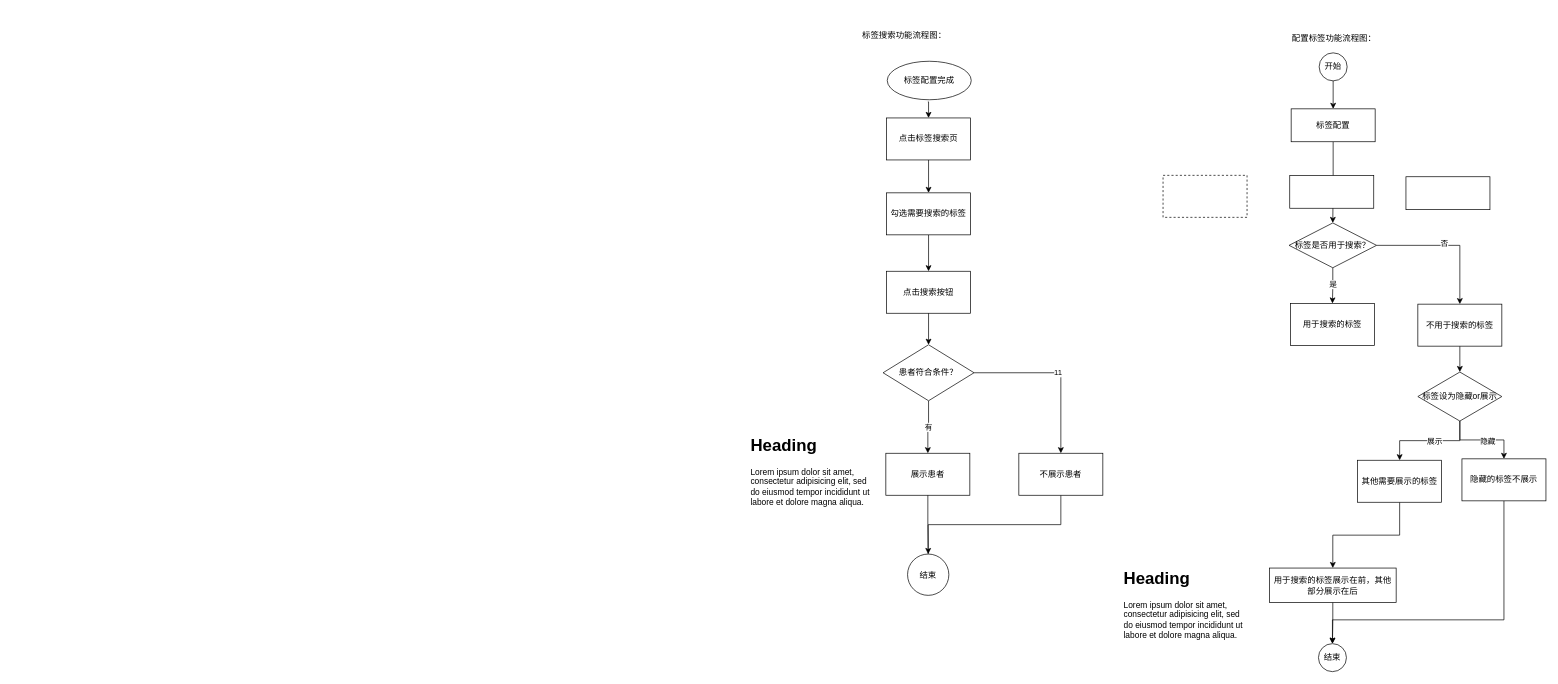
This is 未命名绘图.drawio from ElsaTravel/hello-world, a draw.io file, before an edit. Source tidied: cells renumbered, new cells numbered last; positions are measured from the earlier drawing's top-left corner, leaving out a move shared by most shapes. Both pictures are drawn from the tidied source at 70%, with x=0, y=0 at pixel (747, 28).
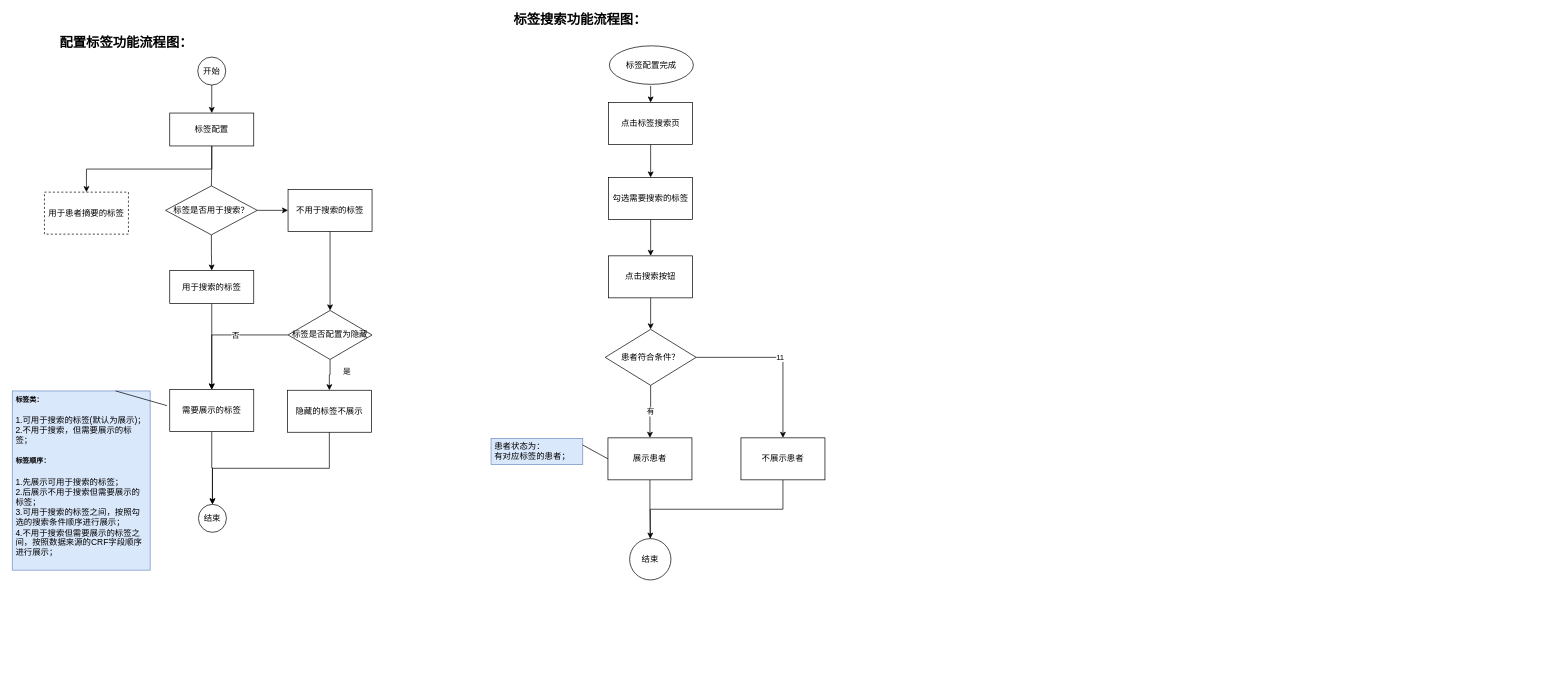
The same page after the edit.

Commit message:
更新未命名绘图.drawio

The change refers to these unchanged cells:
```xml
<mxCell id="24" style="edgeStyle=orthogonalEdgeStyle;rounded=0;jettySize=auto;html=1;entryX=0.5;entryY=0;entryDx=0;entryDy=0;" parent="1" edge="1" source="28" target="30">
  <mxGeometry relative="1" as="geometry" />
</mxCell>
<mxCell id="26" style="edgeStyle=orthogonalEdgeStyle;rounded=0;jettySize=auto;html=1;entryX=0.5;entryY=0;entryDx=0;entryDy=0;" parent="1" edge="1" source="28" target="32">
  <mxGeometry relative="1" as="geometry" />
</mxCell>
```

What changed in the source:
```diff
@@
     <mxCell id="3" value="点击标签搜索页" style="rounded=0;whiteSpace=wrap;html=1;" parent="1" vertex="1">
-      <mxGeometry x="199" y="128" width="120" height="60" as="geometry" />
+      <mxGeometry x="-198" y="106" width="120" height="60" as="geometry" />
     </mxCell>
     <mxCell id="4" style="edgeStyle=orthogonalEdgeStyle;rounded=0;jettySize=auto;html=1;exitX=0.5;exitY=1;exitDx=0;exitDy=0;entryX=0.5;entryY=0;entryDx=0;entryDy=0;" parent="1" edge="1" target="3">
       <mxGeometry relative="1" as="geometry">
-        <mxPoint x="258" y="105" as="sourcePoint" />
+        <mxPoint x="-139" y="83" as="sourcePoint" />
       </mxGeometry>
     </mxCell>
@@
     <mxCell id="6" value="勾选需要搜索的标签" style="rounded=0;whiteSpace=wrap;html=1;" parent="1" vertex="1">
-      <mxGeometry x="199" y="235" width="120" height="60" as="geometry" />
+      <mxGeometry x="-198" y="213" width="120" height="60" as="geometry" />
     </mxCell>
     <mxCell id="7" value="点击搜索按钮" style="rounded=0;whiteSpace=wrap;html=1;" parent="1" vertex="1">
-      <mxGeometry x="199" y="347" width="120" height="60" as="geometry" />
+      <mxGeometry x="-198" y="325" width="120" height="60" as="geometry" />
     </mxCell>
@@
     <mxCell id="11" value="患者符合条件？" style="rhombus;whiteSpace=wrap;html=1;" parent="1" vertex="1">
-      <mxGeometry x="194" y="452" width="130" height="80" as="geometry" />
+      <mxGeometry x="-203" y="430" width="130" height="80" as="geometry" />
     </mxCell>
     <mxCell id="12" value="展示患者" style="rounded=0;whiteSpace=wrap;html=1;" parent="1" vertex="1">
-      <mxGeometry x="198" y="607" width="120" height="60" as="geometry" />
+      <mxGeometry x="-199" y="585" width="120" height="60" as="geometry" />
     </mxCell>
@@
     <mxCell id="14" value="不展示患者" style="rounded=0;whiteSpace=wrap;html=1;" parent="1" vertex="1">
-      <mxGeometry x="388" y="607" width="120" height="60" as="geometry" />
+      <mxGeometry x="-9" y="585" width="120" height="60" as="geometry" />
     </mxCell>
@@
-    <mxCell id="16" value="标签搜索功能流程图：" style="text;html=1;strokeColor=none;fillColor=none;align=center;verticalAlign=middle;whiteSpace=wrap;rounded=0;" parent="1" vertex="1">
-      <mxGeometry x="149" width="151" height="20" as="geometry" />
+    <mxCell id="16" value="标签搜索功能流程图：" style="text;html=1;strokeColor=none;fillColor=none;align=center;verticalAlign=middle;whiteSpace=wrap;rounded=0;fontSize=19;fontStyle=1;" parent="1" vertex="1">
+      <mxGeometry x="-380" y="-22" width="283" height="20" as="geometry" />
     </mxCell>
-    <mxCell id="17" value="配置标签功能流程图：" style="text;html=1;strokeColor=none;fillColor=none;align=center;verticalAlign=middle;whiteSpace=wrap;rounded=0;" parent="1" vertex="1">
-      <mxGeometry x="763" y="4" width="151" height="20" as="geometry" />
+    <mxCell id="17" value="配置标签功能流程图：" style="text;html=1;strokeColor=none;fillColor=none;align=center;verticalAlign=middle;whiteSpace=wrap;rounded=0;fontFamily=Verdana;fontStyle=1;fontSize=19;" parent="1" vertex="1">
+      <mxGeometry x="-1026" y="10" width="278" height="20" as="geometry" />
     </mxCell>
@@
     <mxCell id="19" value="开始" style="ellipse;whiteSpace=wrap;html=1;" parent="1" vertex="1">
-      <mxGeometry x="817" y="35" width="40" height="40" as="geometry" />
+      <mxGeometry x="-785" y="41" width="40" height="40" as="geometry" />
     </mxCell>
-    <mxCell id="20" style="edgeStyle=orthogonalEdgeStyle;rounded=0;jettySize=auto;html=1;entryX=0.5;entryY=0;entryDx=0;entryDy=0;" parent="1" edge="1" source="21" target="39">
+    <mxCell id="20" style="edgeStyle=orthogonalEdgeStyle;rounded=0;jettySize=auto;html=1;entryX=0.5;entryY=0;entryDx=0;entryDy=0;startArrow=none;" parent="1" edge="1" source="39" target="49">
       <mxGeometry relative="1" as="geometry" />
     </mxCell>
+    <mxCell id="51" style="edgeStyle=orthogonalEdgeStyle;rounded=0;jettySize=auto;html=1;entryX=0.5;entryY=0;entryDx=0;entryDy=0;strokeColor=#000000;exitX=0.5;exitY=1;exitDx=0;exitDy=0;" parent="1" edge="1" source="21" target="48">
+      <mxGeometry relative="1" as="geometry" />
+    </mxCell>
     <mxCell id="21" value="标签配置" style="rounded=0;whiteSpace=wrap;html=1;" parent="1" vertex="1">
-      <mxGeometry x="777" y="115" width="120" height="47" as="geometry" />
+      <mxGeometry x="-825" y="121" width="120" height="47" as="geometry" />
     </mxCell>
@@
     <mxCell id="23" value="不用于搜索的标签" style="rounded=0;whiteSpace=wrap;html=1;" parent="1" vertex="1">
-      <mxGeometry x="958" y="394" width="120" height="60" as="geometry" />
+      <mxGeometry x="-656" y="230" width="120" height="60" as="geometry" />
     </mxCell>
@@
-    <mxCell id="25" value="隐藏" style="edgeLabel;html=1;align=center;verticalAlign=middle;" parent="24" vertex="1">
+    <mxCell id="25" value="是" style="edgeLabel;html=1;align=center;verticalAlign=middle;" parent="24" vertex="1">
       <mxGeometry x="-0.27" relative="1" as="geometry">
         <mxPoint x="23" y="1" as="offset" />
       </mxGeometry>
     </mxCell>
@@
-    <mxCell id="27" value="展示" style="edgeLabel;html=1;align=center;verticalAlign=middle;" parent="26" vertex="1">
+    <mxCell id="27" value="否" style="edgeLabel;html=1;align=center;verticalAlign=middle;" parent="26" vertex="1">
       <mxGeometry x="-0.53" y="-3" relative="1" as="geometry">
         <mxPoint x="-32" y="3" as="offset" />
       </mxGeometry>
     </mxCell>
-    <mxCell id="28" value="标签设为隐藏or展示" style="rhombus;whiteSpace=wrap;html=1;" parent="1" vertex="1">
-      <mxGeometry x="958" y="491" width="120" height="70" as="geometry" />
+    <mxCell id="28" value="标签是否配置为隐藏" style="rhombus;whiteSpace=wrap;html=1;" parent="1" vertex="1">
+      <mxGeometry x="-656" y="403" width="120" height="70" as="geometry" />
     </mxCell>
-    <mxCell id="29" style="edgeStyle=orthogonalEdgeStyle;rounded=0;jettySize=auto;html=1;strokeColor=#000000;" parent="1" edge="1" source="30" target="43">
-      <mxGeometry relative="1" as="geometry">
-        <Array as="points">
-          <mxPoint x="1081" y="845" />
-          <mxPoint x="836" y="845" />
-        </Array>
-      </mxGeometry>
-    </mxCell>
     <mxCell id="30" value="隐藏的标签不展示" style="rounded=0;whiteSpace=wrap;html=1;" parent="1" vertex="1">
-      <mxGeometry x="1021" y="615" width="120" height="60" as="geometry" />
+      <mxGeometry x="-657" y="517" width="120" height="60" as="geometry" />
     </mxCell>
-    <mxCell id="31" style="edgeStyle=orthogonalEdgeStyle;rounded=0;jettySize=auto;html=1;entryX=0.5;entryY=0;entryDx=0;entryDy=0;" parent="1" edge="1" source="32" target="34">
+    <mxCell id="31" style="edgeStyle=orthogonalEdgeStyle;rounded=0;jettySize=auto;html=1;entryX=0.5;entryY=0;entryDx=0;entryDy=0;" parent="1" edge="1" source="32" target="43">
       <mxGeometry relative="1" as="geometry" />
     </mxCell>
-    <mxCell id="32" value="其他需要展示的标签" style="rounded=0;whiteSpace=wrap;html=1;" parent="1" vertex="1">
-      <mxGeometry x="872" y="617" width="120" height="60" as="geometry" />
+    <mxCell id="32" value="需要展示的标签" style="rounded=0;whiteSpace=wrap;html=1;" parent="1" vertex="1">
+      <mxGeometry x="-825" y="516" width="120" height="60" as="geometry" />
     </mxCell>
-    <mxCell id="33" style="edgeStyle=orthogonalEdgeStyle;rounded=0;jettySize=auto;html=1;exitX=0.5;exitY=1;exitDx=0;exitDy=0;" parent="1" edge="1" source="34" target="43">
+    <mxCell id="33" style="edgeStyle=orthogonalEdgeStyle;rounded=0;jettySize=auto;html=1;exitX=0.5;exitY=1;exitDx=0;exitDy=0;" parent="1" edge="1" source="30" target="43">
       <mxGeometry relative="1" as="geometry" />
     </mxCell>
-    <mxCell id="34" value="用于搜索的标签展示在前，其他部分展示在后" style="rounded=0;whiteSpace=wrap;html=1;" parent="1" vertex="1">
-      <mxGeometry x="746" y="771" width="181" height="49" as="geometry" />
-    </mxCell>
-    <mxCell id="35" style="edgeStyle=orthogonalEdgeStyle;rounded=0;jettySize=auto;html=1;exitX=0.5;exitY=1;exitDx=0;exitDy=0;entryX=0.5;entryY=0;entryDx=0;entryDy=0;" parent="1" edge="1" source="39" target="42">
-      <mxGeometry relative="1" as="geometry" />
-    </mxCell>
-    <mxCell id="36" value="是" style="edgeLabel;html=1;align=center;verticalAlign=middle;" parent="35" vertex="1">
-      <mxGeometry x="-0.09" relative="1" as="geometry" />
-    </mxCell>
-    <mxCell id="37" style="edgeStyle=orthogonalEdgeStyle;rounded=0;jettySize=auto;html=1;exitX=1;exitY=0.5;exitDx=0;exitDy=0;" parent="1" edge="1" source="39" target="23">
-      <mxGeometry relative="1" as="geometry" />
-    </mxCell>
-    <mxCell id="38" value="否" style="edgeLabel;html=1;align=center;verticalAlign=middle;" parent="37" vertex="1">
-      <mxGeometry x="-0.05" y="4" relative="1" as="geometry" />
-    </mxCell>
-    <mxCell id="39" value="标签是否用于搜索？" style="rhombus;whiteSpace=wrap;html=1;" parent="1" vertex="1">
-      <mxGeometry x="774" y="278" width="125" height="64" as="geometry" />
-    </mxCell>
@@
     <mxCell id="41" value="&lt;span&gt;标签配置完成&lt;/span&gt;" style="ellipse;whiteSpace=wrap;html=1;" parent="1" vertex="1">
-      <mxGeometry x="200" y="47" width="120" height="55" as="geometry" />
+      <mxGeometry x="-197" y="25" width="120" height="55" as="geometry" />
     </mxCell>
-    <mxCell id="42" value="用于搜索的标签" style="rounded=0;whiteSpace=wrap;html=1;" parent="1" vertex="1">
-      <mxGeometry x="776" y="393" width="120" height="60" as="geometry" />
-    </mxCell>
     <mxCell id="43" value="结束" style="ellipse;whiteSpace=wrap;html=1;" parent="1" vertex="1">
-      <mxGeometry x="816" y="879" width="40" height="40" as="geometry" />
+      <mxGeometry x="-784" y="680" width="40" height="40" as="geometry" />
     </mxCell>
     <mxCell id="44" value="结束" style="ellipse;whiteSpace=wrap;html=1;" parent="1" vertex="1">
-      <mxGeometry x="229" y="751" width="59" height="59" as="geometry" />
+      <mxGeometry x="-168" y="729" width="59" height="59" as="geometry" />
     </mxCell>
@@
-    <mxCell id="46" value="&lt;h1&gt;Heading&lt;/h1&gt;&lt;p&gt;Lorem ipsum dolor sit amet, consectetur adipisicing elit, sed do eiusmod tempor incididunt ut labore et dolore magna aliqua.&lt;/p&gt;" style="text;html=1;strokeColor=none;fillColor=none;spacing=5;spacingTop=-20;whiteSpace=wrap;overflow=hidden;rounded=0;" parent="1" vertex="1">
-      <mxGeometry x="533" y="766" width="190" height="120" as="geometry" />
+    <mxCell id="46" value="&lt;h5&gt;标签类：&lt;/h5&gt;1.可用于搜索的标签(默认为展示)；&lt;br&gt;2.不用于搜索，但需要展示的标签；&lt;br&gt;&lt;h5&gt;标签顺序：&lt;/h5&gt;1.先展示可用于搜索的标签；&lt;br&gt;2.后展示不用于搜索但需要展示的标签；&lt;br&gt;3.可用于搜索的标签之间，按照勾选的搜索条件顺序进行展示；&lt;br&gt;4.不用于搜索但需要展示的标签之间，按照数据来源的CRF字段顺序进行展示；" style="text;html=1;fillColor=#dae8fc;spacing=5;spacingTop=-20;whiteSpace=wrap;overflow=hidden;rounded=0;strokeColor=#6c8ebf;" parent="1" vertex="1">
+      <mxGeometry x="-1050" y="518" width="197" height="256" as="geometry" />
     </mxCell>
-    <mxCell id="47" value="&lt;h1&gt;Heading&lt;/h1&gt;&lt;p&gt;Lorem ipsum dolor sit amet, consectetur adipisicing elit, sed do eiusmod tempor incididunt ut labore et dolore magna aliqua.&lt;/p&gt;" style="text;html=1;strokeColor=none;fillColor=none;spacing=5;spacingTop=-20;whiteSpace=wrap;overflow=hidden;rounded=0;" parent="1" vertex="1">
-      <mxGeometry y="576" width="190" height="120" as="geometry" />
+    <mxCell id="47" value="&lt;br&gt;患者状态为：&lt;br&gt;有对应标签的患者；" style="text;html=1;fillColor=#dae8fc;spacing=5;spacingTop=-20;whiteSpace=wrap;overflow=hidden;rounded=0;strokeColor=#6c8ebf;" parent="1" vertex="1">
+      <mxGeometry x="-366" y="586" width="131" height="37" as="geometry" />
     </mxCell>
-    <mxCell id="48" style="rounded=0;whiteSpace=wrap;html=1;dashed=1;" parent="1" vertex="1">
-      <mxGeometry x="594" y="210" width="120" height="60" as="geometry" />
+    <mxCell id="48" value="用于患者摘要的标签" style="rounded=0;whiteSpace=wrap;html=1;dashed=1;" parent="1" vertex="1">
+      <mxGeometry x="-1004" y="234" width="120" height="60" as="geometry" />
     </mxCell>
+    <mxCell id="52" style="edgeStyle=orthogonalEdgeStyle;rounded=0;jettySize=auto;html=1;entryX=0.5;entryY=0;entryDx=0;entryDy=0;strokeColor=#000000;" parent="1" edge="1" source="49" target="32">
+      <mxGeometry relative="1" as="geometry" />
+    </mxCell>
-    <mxCell id="49" style="rounded=0;whiteSpace=wrap;html=1;" parent="1" vertex="1">
-      <mxGeometry x="775" y="210" width="120" height="47" as="geometry" />
+    <mxCell id="49" value="用于搜索的标签" style="rounded=0;whiteSpace=wrap;html=1;" parent="1" vertex="1">
+      <mxGeometry x="-825" y="346" width="120" height="47" as="geometry" />
     </mxCell>
-    <mxCell id="50" style="rounded=0;whiteSpace=wrap;html=1;" parent="1" vertex="1">
-      <mxGeometry x="941" y="212" width="120" height="47" as="geometry" />
-    </mxCell>
+    <mxCell id="37" style="edgeStyle=orthogonalEdgeStyle;rounded=0;jettySize=auto;html=1;entryX=0;entryY=0.5;entryDx=0;entryDy=0;strokeColor=#000000;" parent="1" edge="1" source="39" target="23">
+      <mxGeometry relative="1" as="geometry" />
+    </mxCell>
+    <mxCell id="39" value="标签是否用于搜索？" style="rhombus;whiteSpace=wrap;html=1;" parent="1" vertex="1">
+      <mxGeometry x="-831" y="225" width="131" height="70" as="geometry" />
+    </mxCell>
+    <mxCell id="53" style="edgeStyle=orthogonalEdgeStyle;rounded=0;jettySize=auto;html=1;entryX=0.5;entryY=0;entryDx=0;entryDy=0;endArrow=none;" parent="1" edge="1" source="21" target="39">
+      <mxGeometry relative="1" as="geometry" />
+    </mxCell>
+    <mxCell id="54" style="endArrow=none;html=1;strokeColor=#000000;exitX=0.75;exitY=0;exitDx=0;exitDy=0;" parent="1" edge="1" source="46">
+      <mxGeometry relative="1" as="geometry">
+        <mxPoint x="-829" y="539" as="targetPoint" />
+      </mxGeometry>
+    </mxCell>
+    <mxCell id="55" style="endArrow=none;html=1;strokeColor=#000000;entryX=1;entryY=0.25;entryDx=0;entryDy=0;exitX=0;exitY=0.5;exitDx=0;exitDy=0;" parent="1" edge="1" source="12" target="47">
+      <mxGeometry relative="1" as="geometry" />
+    </mxCell>
```
